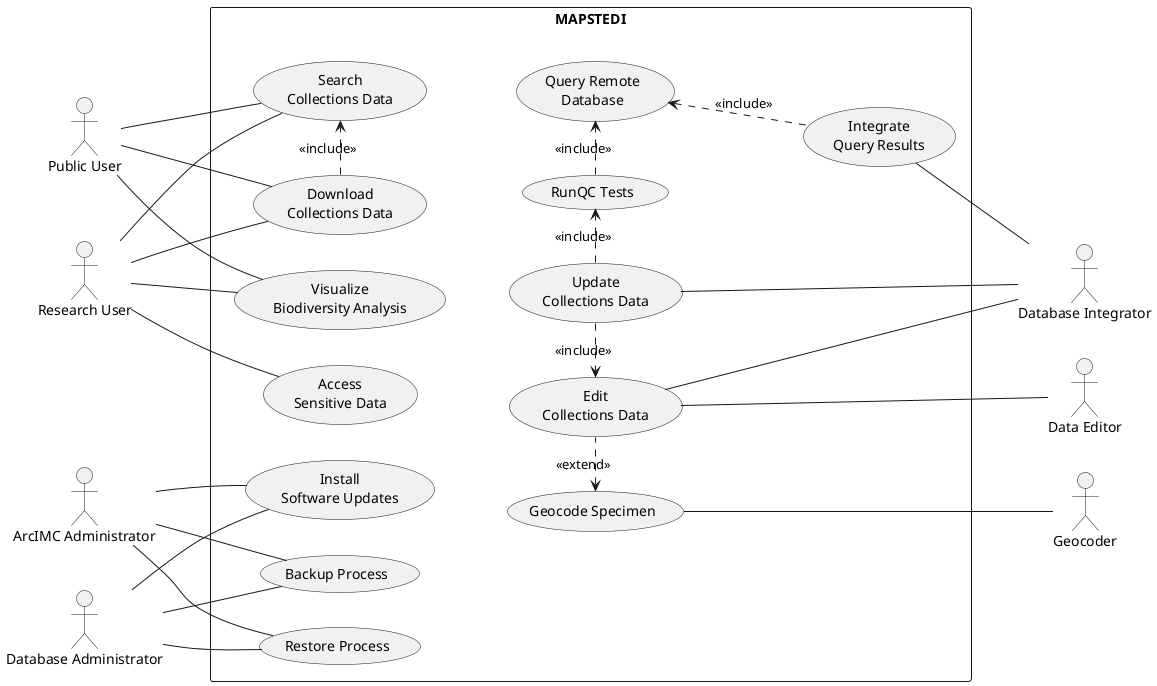
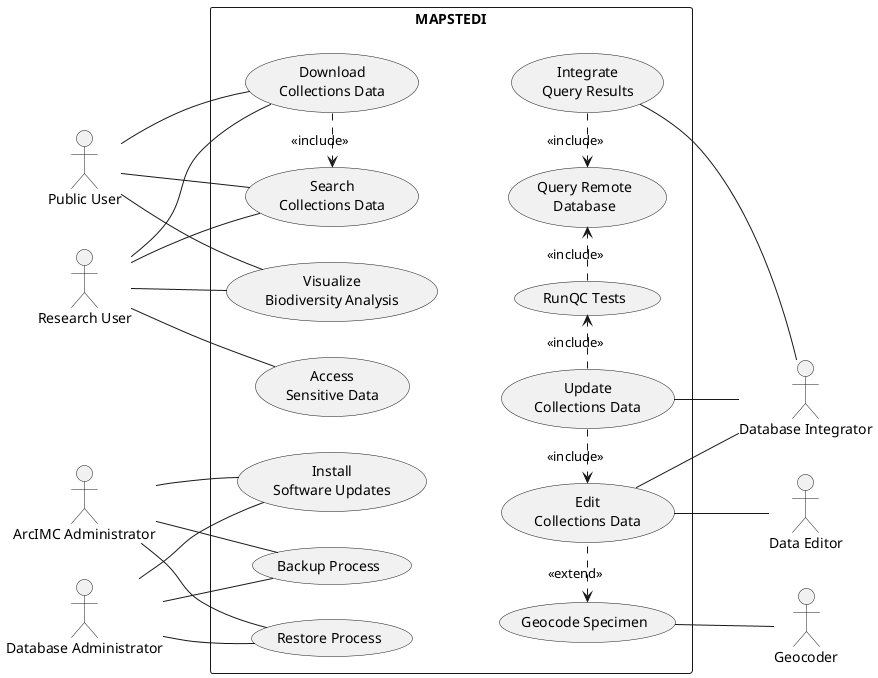
- @startuml MAPSTEDI_UseCaseModel
+ @startuml MAPSTEDI_UseCaseModel_refactored

left to right direction

- ' ---------- Actors ----------
actor "Public User"            as PublicUser
actor "Research User"          as ResearchUser

actor "ArcIMC Administrator"   as ArcIMCAdmin
actor "Database Administrator" as DBAdmin

- together {
-   actor "Geocoder"               as Geocoder
-   actor "Database Integrator"    as DBIntegrator
-   actor "Data Editor"            as DataEditor
- }
+ actor "Geocoder"               as Geocoder
+ actor "Database Integrator"    as DBIntegrator
+ actor "Data Editor"            as DataEditor

rectangle MAPSTEDI {

-   ' ----- Database Access -----
  together {
-     together {
-       usecase "Download\nCollections Data"       as UC_Download
-       usecase "Search\nCollections Data"         as UC_Search
-     }
-     usecase "Visualize\nBiodiversity Analysis" as UC_Visualize
-     usecase "Access\nSensitive Data"           as UC_AccessSensitive
+     usecase "Download\nCollections Data"       as UC_Download
+     usecase "Search\nCollections Data"         as UC_Search
  }
+   usecase "Visualize\nBiodiversity Analysis" as UC_Visualize
+   usecase "Access\nSensitive Data"           as UC_AccessSensitive

-   ' ----- Administrative Process -----
  usecase "Backup Process"           as UC_Backup
  usecase "Restore Process"          as UC_Restore
  usecase "Install\nSoftware Updates" as UC_Install
- 
  usecase "RunQC Tests"              as UC_RunQC
  usecase "Query Remote\nDatabase" as UC_QueryRemote
- 
  usecase "Integrate\nQuery Results"  as UC_Integrate
- 
-   ' ----- Database Edits -----
  usecase "Edit\nCollections Data"    as UC_Edit
  usecase "Update\nCollections Data"  as UC_Update
- 
  usecase "Geocode Specimen" as UC_Geocode
}

- ' ---------- Actor associations ----------
PublicUser   -- UC_Download
PublicUser   -- UC_Search
PublicUser   -- UC_Visualize

ResearchUser -- UC_Download
ResearchUser -- UC_Search
ResearchUser -- UC_Visualize
ResearchUser -- UC_AccessSensitive

ArcIMCAdmin  -- UC_Backup
ArcIMCAdmin  -- UC_Restore
ArcIMCAdmin  -- UC_Install

DBAdmin      -- UC_Backup
DBAdmin      -- UC_Restore
DBAdmin      -- UC_Install

DBIntegrator -u- UC_Integrate
DBIntegrator -u- UC_Update
DBIntegrator -u- UC_Edit

Geocoder     -u- UC_Geocode
DataEditor   -u- UC_Edit

- ' ---------- Include / Extend ----------
UC_Download    .r.> UC_Search       : <<include>>
- 
- UC_Integrate   .u.> UC_QueryRemote  : <<include>>
+ UC_Integrate   .r.> UC_QueryRemote  : <<include>>
UC_Update      .r.> UC_Edit         : <<include>>
UC_Update      .r.> UC_RunQC        : <<include>>
- 
UC_RunQC       .r.> UC_QueryRemote  : <<include>>
- 
UC_Edit        .l.> UC_Geocode      : <<extend>>

UC_Search -[hidden]d-> UC_QueryRemote
- 
+ UC_Download -[hidden]d-> UC_Integrate
+ UC_Restore -[hidden]d-> UC_Edit
@enduml
